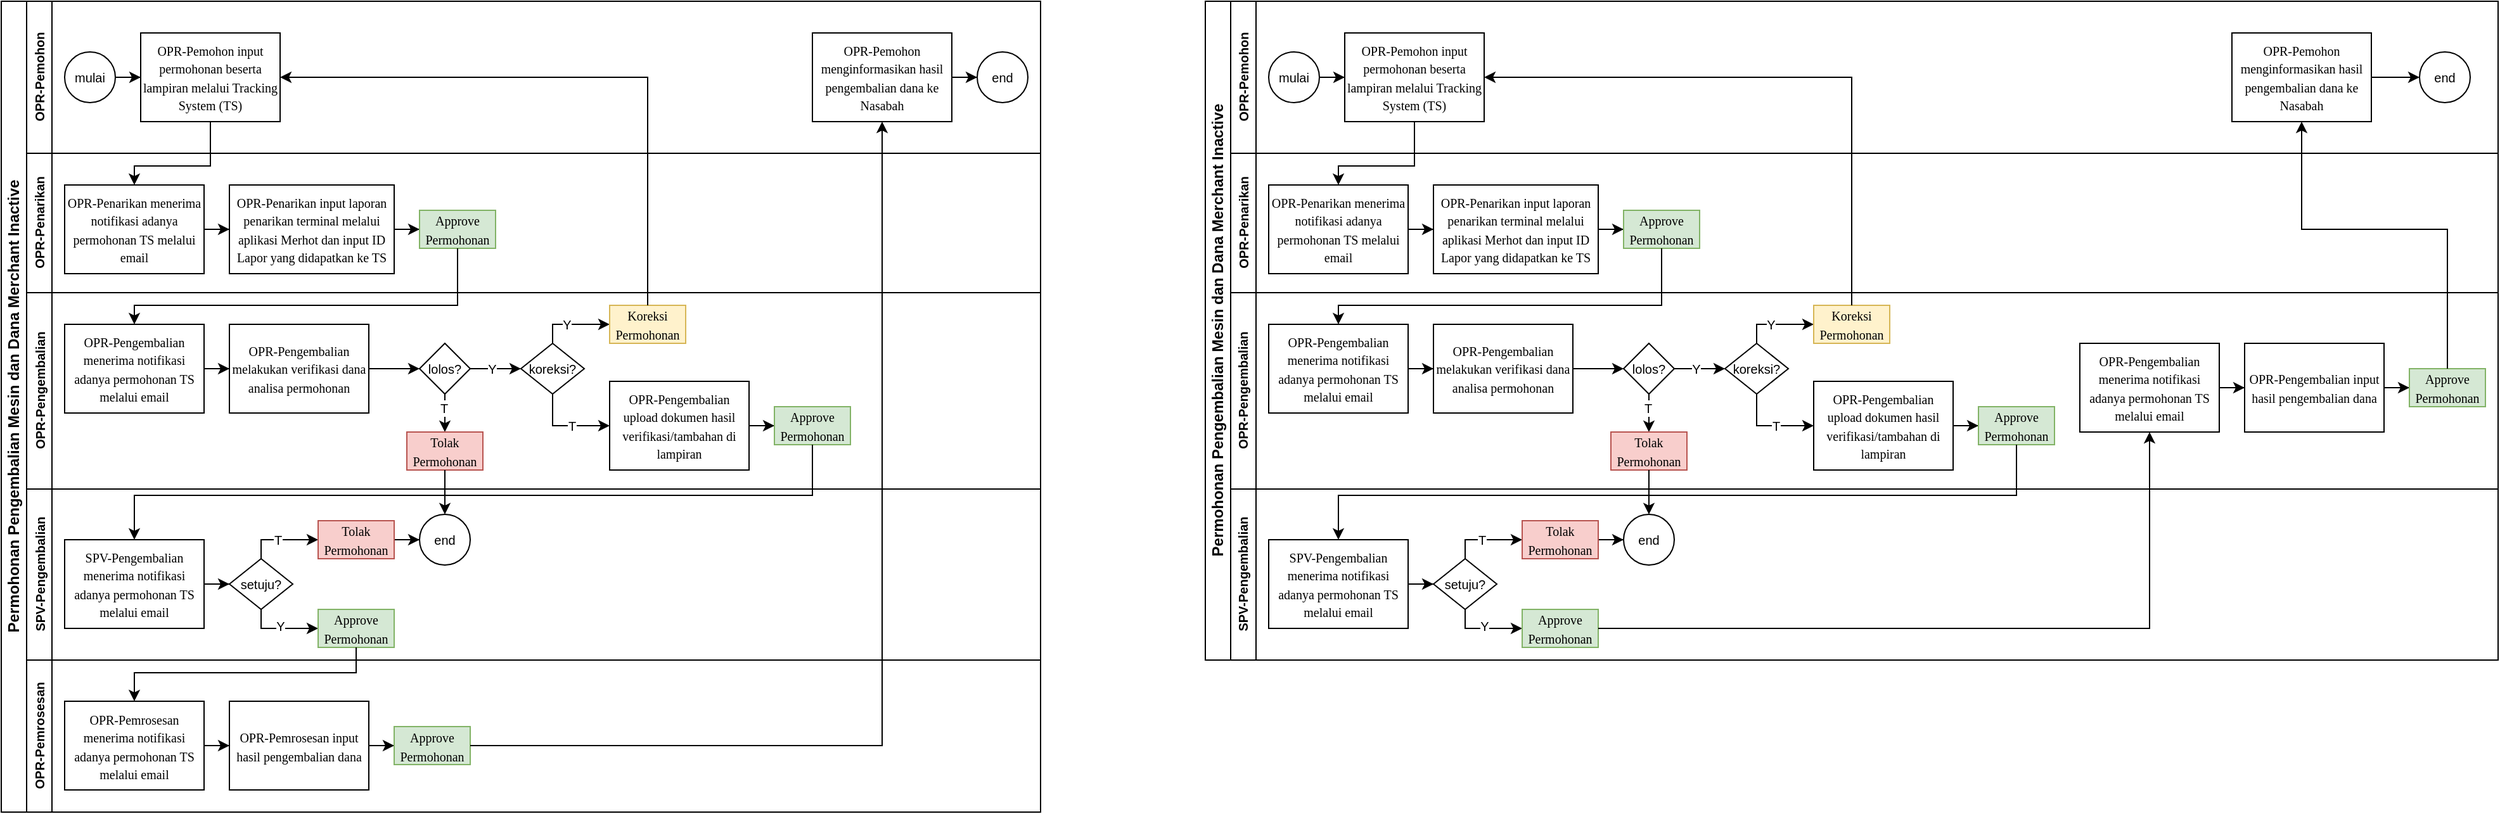
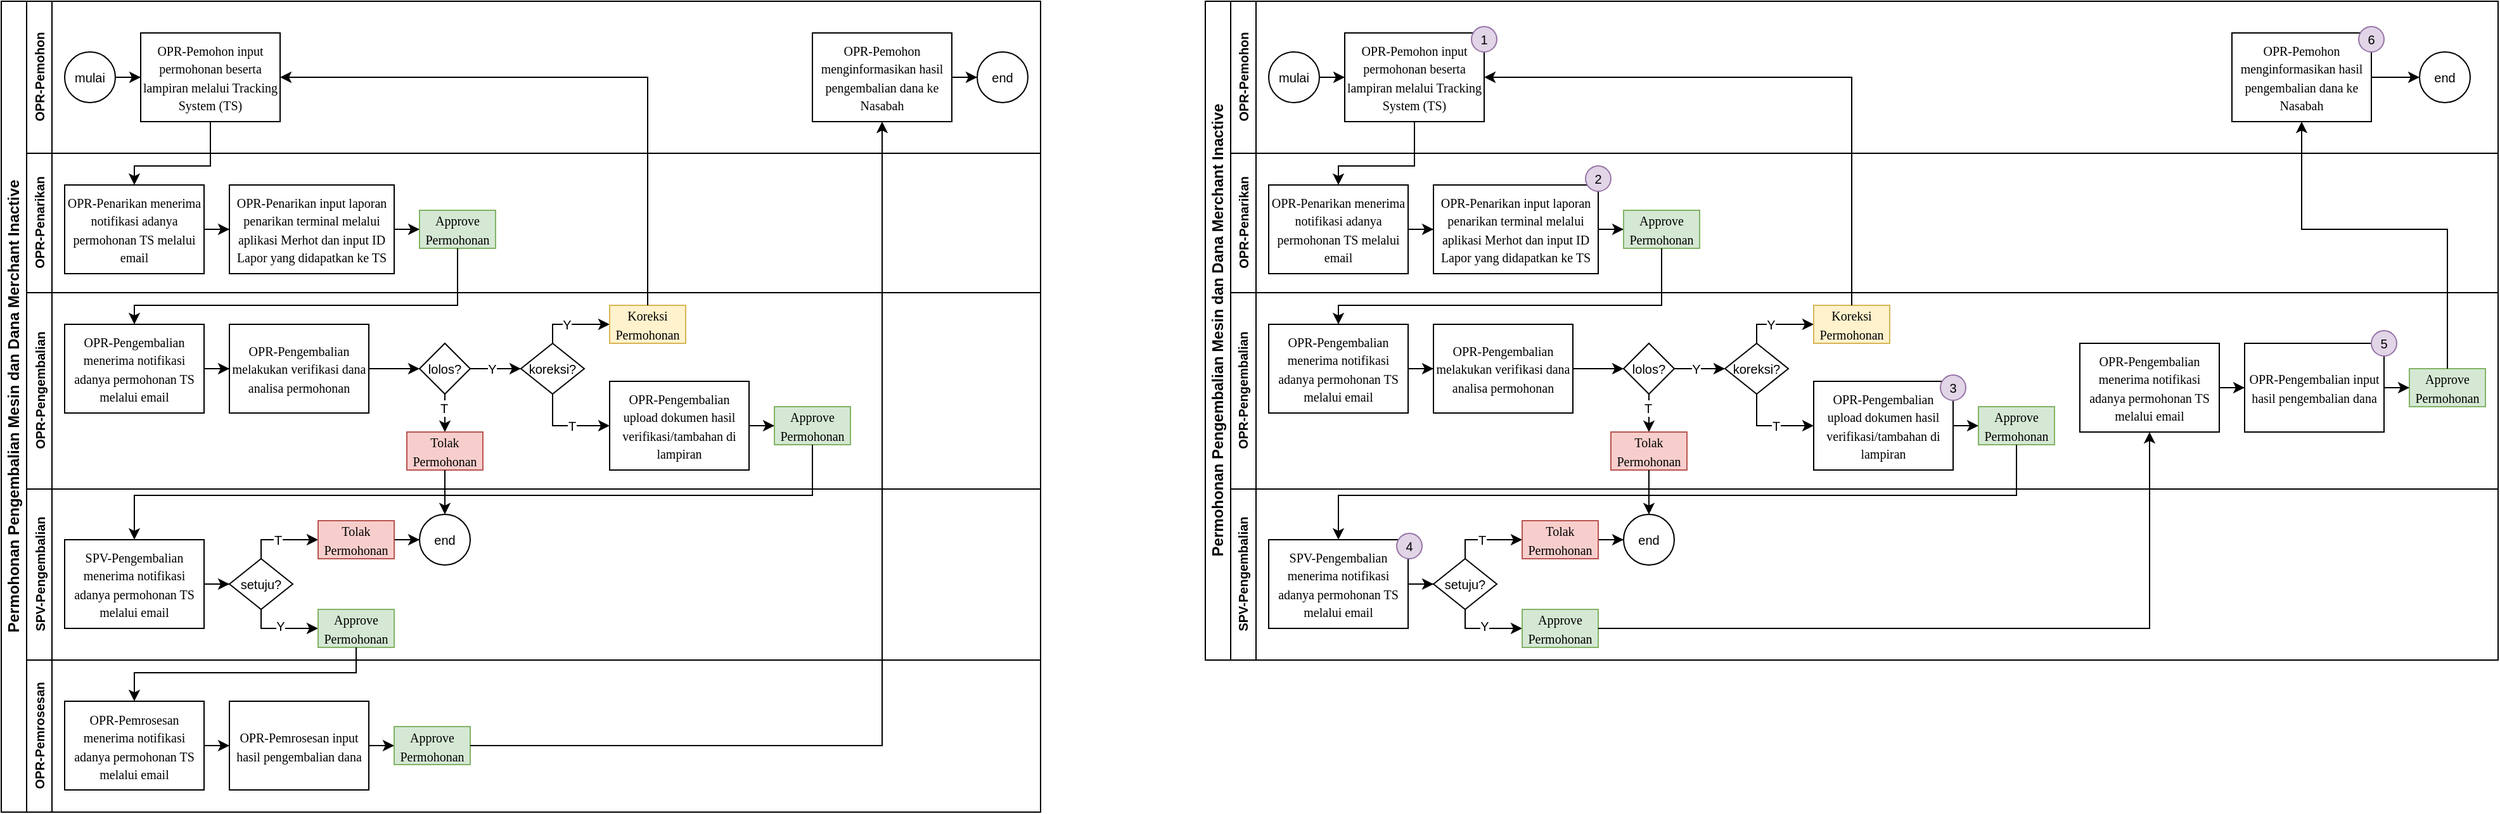
<mxfile host="app.diagrams.net" agent="Mozilla/5.0 (Windows NT 10.0; Win64; x64) AppleWebKit/537.36 (KHTML, like Gecko) Chrome/126.0.0.0 Safari/537.36">
  <diagram id="prtHgNgQTEPvFCAcTncT" name="Page-1">
-     <mxGraphModel dx="1290" dy="828" grid="1" gridSize="10" guides="1" tooltips="1" connect="1" arrows="1" fold="1" page="1" pageScale="1" pageWidth="827" pageHeight="1169" math="0" shadow="0">
+     <mxGraphModel dx="1032" dy="663" grid="1" gridSize="10" guides="1" tooltips="1" connect="1" arrows="1" fold="1" page="1" pageScale="1" pageWidth="827" pageHeight="1169" math="0" shadow="0">
      <root>
        <mxCell id="0" />
        <mxCell id="1" parent="0" />
        <mxCell id="dNxyNK7c78bLwvsdeMH5-19" parent="1" style="swimlane;html=1;childLayout=stackLayout;resizeParent=1;resizeParentMax=0;horizontal=0;startSize=20;horizontalStack=0;" value="Permohonan Pengembalian Mesin dan Dana Merchant Inactive" vertex="1">
          <mxGeometry height="640" width="820" x="120" y="120" as="geometry" />
        </mxCell>
        <mxCell id="dNxyNK7c78bLwvsdeMH5-20" parent="dNxyNK7c78bLwvsdeMH5-19" style="swimlane;html=1;startSize=20;horizontal=0;" value="&lt;font style=&quot;font-size: 10px;&quot;&gt;OPR-Pemohon&lt;/font&gt;" vertex="1">
          <mxGeometry height="120" width="800" x="20" as="geometry" />
        </mxCell>
        <mxCell id="dNxyNK7c78bLwvsdeMH5-25" edge="1" parent="dNxyNK7c78bLwvsdeMH5-20" source="dNxyNK7c78bLwvsdeMH5-23" style="edgeStyle=orthogonalEdgeStyle;rounded=0;orthogonalLoop=1;jettySize=auto;html=1;" target="dNxyNK7c78bLwvsdeMH5-24" value="">
          <mxGeometry relative="1" as="geometry" />
        </mxCell>
        <mxCell id="dNxyNK7c78bLwvsdeMH5-23" parent="dNxyNK7c78bLwvsdeMH5-20" style="ellipse;whiteSpace=wrap;html=1;" value="&lt;font style=&quot;font-size: 10px;&quot;&gt;mulai&lt;/font&gt;" vertex="1">
          <mxGeometry height="40" width="40" x="30" y="40" as="geometry" />
        </mxCell>
        <mxCell id="dNxyNK7c78bLwvsdeMH5-24" parent="dNxyNK7c78bLwvsdeMH5-20" style="rounded=0;whiteSpace=wrap;html=1;fontFamily=Helvetica;fontSize=12;fontColor=#000000;align=center;" value="&lt;p style=&quot;margin-top: 0pt; margin-bottom: 0pt; margin-left: 0in; text-indent: 0in;&quot;&gt;&lt;font face=&quot;Calibri&quot;&gt;&lt;span style=&quot;font-size: 10px;&quot;&gt;OPR-Pemohon input permohonan beserta lampiran melalui Tracking System (TS)&lt;/span&gt;&lt;/font&gt;&lt;/p&gt;" vertex="1">
          <mxGeometry height="70" width="110" x="90" y="25" as="geometry" />
        </mxCell>
        <mxCell id="cNa4_kytHo1qc1b3MSUK-22" parent="dNxyNK7c78bLwvsdeMH5-20" style="rounded=0;whiteSpace=wrap;html=1;fontFamily=Helvetica;fontSize=12;fontColor=#000000;align=center;" value="&lt;p style=&quot;margin-top: 0pt; margin-bottom: 0pt; margin-left: 0in; text-indent: 0in;&quot;&gt;&lt;font face=&quot;Calibri&quot;&gt;&lt;span style=&quot;font-size: 10px;&quot;&gt;OPR-Pemohon menginformasikan hasil pengembalian dana ke Nasabah&lt;/span&gt;&lt;/font&gt;&lt;/p&gt;" vertex="1">
          <mxGeometry height="70" width="110" x="620" y="25" as="geometry" />
        </mxCell>
        <mxCell id="NBJxpP88fzu-h1vcubgM-2" edge="1" parent="dNxyNK7c78bLwvsdeMH5-19" source="dNxyNK7c78bLwvsdeMH5-24" style="edgeStyle=orthogonalEdgeStyle;rounded=0;orthogonalLoop=1;jettySize=auto;html=1;" target="NBJxpP88fzu-h1vcubgM-1">
          <mxGeometry relative="1" as="geometry">
            <Array as="points">
              <mxPoint x="165" y="130" />
              <mxPoint x="105" y="130" />
            </Array>
          </mxGeometry>
        </mxCell>
        <mxCell id="dNxyNK7c78bLwvsdeMH5-21" parent="dNxyNK7c78bLwvsdeMH5-19" style="swimlane;html=1;startSize=20;horizontal=0;" value="&lt;font style=&quot;font-size: 10px;&quot;&gt;OPR-Penarikan&lt;/font&gt;" vertex="1">
          <mxGeometry height="110" width="800" x="20" y="120" as="geometry" />
        </mxCell>
        <mxCell id="NBJxpP88fzu-h1vcubgM-4" edge="1" parent="dNxyNK7c78bLwvsdeMH5-21" source="NBJxpP88fzu-h1vcubgM-1" style="edgeStyle=orthogonalEdgeStyle;rounded=0;orthogonalLoop=1;jettySize=auto;html=1;" target="NBJxpP88fzu-h1vcubgM-3">
          <mxGeometry relative="1" as="geometry" />
        </mxCell>
        <mxCell id="NBJxpP88fzu-h1vcubgM-1" parent="dNxyNK7c78bLwvsdeMH5-21" style="rounded=0;whiteSpace=wrap;html=1;fontFamily=Helvetica;fontSize=12;fontColor=#000000;align=center;" value="&lt;p style=&quot;margin-top: 0pt; margin-bottom: 0pt; margin-left: 0in; text-indent: 0in;&quot;&gt;&lt;font face=&quot;Calibri&quot;&gt;&lt;span style=&quot;font-size: 10px;&quot;&gt;OPR-Penarikan menerima notifikasi adanya permohonan TS melalui email&lt;/span&gt;&lt;/font&gt;&lt;/p&gt;" vertex="1">
          <mxGeometry height="70" width="110" x="30" y="25" as="geometry" />
        </mxCell>
        <mxCell id="NBJxpP88fzu-h1vcubgM-11" edge="1" parent="dNxyNK7c78bLwvsdeMH5-21" source="NBJxpP88fzu-h1vcubgM-3" style="edgeStyle=orthogonalEdgeStyle;rounded=0;orthogonalLoop=1;jettySize=auto;html=1;" target="NBJxpP88fzu-h1vcubgM-10">
          <mxGeometry relative="1" as="geometry" />
        </mxCell>
        <mxCell id="NBJxpP88fzu-h1vcubgM-3" parent="dNxyNK7c78bLwvsdeMH5-21" style="rounded=0;whiteSpace=wrap;html=1;fontFamily=Helvetica;fontSize=12;fontColor=#000000;align=center;" value="&lt;p style=&quot;margin-top: 0pt; margin-bottom: 0pt; margin-left: 0in; text-indent: 0in;&quot;&gt;&lt;font face=&quot;Calibri&quot;&gt;&lt;span style=&quot;font-size: 10px;&quot;&gt;OPR-Penarikan input laporan penarikan terminal melalui aplikasi Merhot dan input ID Lapor yang didapatkan ke TS&lt;/span&gt;&lt;/font&gt;&lt;/p&gt;" vertex="1">
          <mxGeometry height="70" width="130" x="160" y="25" as="geometry" />
        </mxCell>
        <mxCell id="NBJxpP88fzu-h1vcubgM-10" parent="dNxyNK7c78bLwvsdeMH5-21" style="rounded=0;whiteSpace=wrap;html=1;fontFamily=Helvetica;fontSize=12;align=center;fillColor=#d5e8d4;strokeColor=#82b366;" value="&lt;p style=&quot;margin-top: 0pt; margin-bottom: 0pt; margin-left: 0in; text-indent: 0in;&quot;&gt;&lt;font face=&quot;Calibri&quot;&gt;&lt;span style=&quot;font-size: 10px;&quot;&gt;Approve Permohonan&lt;/span&gt;&lt;/font&gt;&lt;/p&gt;" vertex="1">
          <mxGeometry height="30" width="60" x="310" y="45" as="geometry" />
        </mxCell>
        <mxCell id="NBJxpP88fzu-h1vcubgM-14" edge="1" parent="dNxyNK7c78bLwvsdeMH5-19" source="NBJxpP88fzu-h1vcubgM-10" style="edgeStyle=orthogonalEdgeStyle;rounded=0;orthogonalLoop=1;jettySize=auto;html=1;entryX=0.5;entryY=0;entryDx=0;entryDy=0;" target="NBJxpP88fzu-h1vcubgM-12">
          <mxGeometry relative="1" as="geometry">
            <Array as="points">
              <mxPoint x="360" y="240" />
              <mxPoint x="105" y="240" />
            </Array>
          </mxGeometry>
        </mxCell>
        <mxCell id="dNxyNK7c78bLwvsdeMH5-22" parent="dNxyNK7c78bLwvsdeMH5-19" style="swimlane;html=1;startSize=20;horizontal=0;" value="&lt;font style=&quot;font-size: 10px;&quot;&gt;OPR-Pengembalian&lt;/font&gt;" vertex="1">
          <mxGeometry height="155" width="800" x="20" y="230" as="geometry" />
        </mxCell>
        <mxCell id="NBJxpP88fzu-h1vcubgM-34" edge="1" parent="dNxyNK7c78bLwvsdeMH5-22" source="NBJxpP88fzu-h1vcubgM-12" style="edgeStyle=orthogonalEdgeStyle;rounded=0;orthogonalLoop=1;jettySize=auto;html=1;entryX=0;entryY=0.5;entryDx=0;entryDy=0;" target="NBJxpP88fzu-h1vcubgM-33">
          <mxGeometry relative="1" as="geometry" />
        </mxCell>
        <mxCell id="NBJxpP88fzu-h1vcubgM-12" parent="dNxyNK7c78bLwvsdeMH5-22" style="rounded=0;whiteSpace=wrap;html=1;fontFamily=Helvetica;fontSize=12;fontColor=#000000;align=center;" value="&lt;p style=&quot;margin-top: 0pt; margin-bottom: 0pt; margin-left: 0in; text-indent: 0in;&quot;&gt;&lt;font face=&quot;Calibri&quot;&gt;&lt;span style=&quot;font-size: 10px;&quot;&gt;OPR-Pengembalian menerima notifikasi adanya permohonan TS melalui email&lt;/span&gt;&lt;/font&gt;&lt;/p&gt;" vertex="1">
          <mxGeometry height="70" width="110" x="30" y="25" as="geometry" />
        </mxCell>
        <mxCell id="NBJxpP88fzu-h1vcubgM-35" edge="1" parent="dNxyNK7c78bLwvsdeMH5-22" source="NBJxpP88fzu-h1vcubgM-33" style="edgeStyle=orthogonalEdgeStyle;rounded=0;orthogonalLoop=1;jettySize=auto;html=1;entryX=0;entryY=0.5;entryDx=0;entryDy=0;" target="dNxyNK7c78bLwvsdeMH5-28">
          <mxGeometry relative="1" as="geometry" />
        </mxCell>
        <mxCell id="NBJxpP88fzu-h1vcubgM-33" parent="dNxyNK7c78bLwvsdeMH5-22" style="rounded=0;whiteSpace=wrap;html=1;fontFamily=Helvetica;fontSize=12;fontColor=#000000;align=center;" value="&lt;p style=&quot;margin-top: 0pt; margin-bottom: 0pt; margin-left: 0in; text-indent: 0in;&quot;&gt;&lt;font face=&quot;Calibri&quot;&gt;&lt;span style=&quot;font-size: 10px;&quot;&gt;OPR-Pengembalian melakukan verifikasi dana analisa permohonan&lt;/span&gt;&lt;/font&gt;&lt;/p&gt;" vertex="1">
          <mxGeometry height="70" width="110" x="160" y="25" as="geometry" />
        </mxCell>
        <mxCell id="NBJxpP88fzu-h1vcubgM-38" edge="1" parent="dNxyNK7c78bLwvsdeMH5-22" source="dNxyNK7c78bLwvsdeMH5-28" style="edgeStyle=orthogonalEdgeStyle;rounded=0;orthogonalLoop=1;jettySize=auto;html=1;entryX=0;entryY=0.5;entryDx=0;entryDy=0;" target="NBJxpP88fzu-h1vcubgM-48">
          <mxGeometry relative="1" as="geometry" />
        </mxCell>
        <mxCell id="NBJxpP88fzu-h1vcubgM-49" connectable="0" parent="NBJxpP88fzu-h1vcubgM-38" style="edgeLabel;html=1;align=center;verticalAlign=middle;resizable=0;points=[];" value="&lt;font style=&quot;font-size: 10px;&quot;&gt;Y&lt;/font&gt;" vertex="1">
          <mxGeometry relative="1" x="-0.1633" as="geometry">
            <mxPoint as="offset" />
          </mxGeometry>
        </mxCell>
        <mxCell id="NBJxpP88fzu-h1vcubgM-50" edge="1" parent="dNxyNK7c78bLwvsdeMH5-22" source="dNxyNK7c78bLwvsdeMH5-28" style="edgeStyle=orthogonalEdgeStyle;rounded=0;orthogonalLoop=1;jettySize=auto;html=1;entryX=0.5;entryY=0;entryDx=0;entryDy=0;" target="NBJxpP88fzu-h1vcubgM-37">
          <mxGeometry relative="1" as="geometry" />
        </mxCell>
        <mxCell id="NBJxpP88fzu-h1vcubgM-54" connectable="0" parent="NBJxpP88fzu-h1vcubgM-50" style="edgeLabel;html=1;align=center;verticalAlign=middle;resizable=0;points=[];" value="&lt;font style=&quot;font-size: 10px;&quot;&gt;T&lt;/font&gt;" vertex="1">
          <mxGeometry relative="1" x="0.2388" y="-1" as="geometry">
            <mxPoint as="offset" />
          </mxGeometry>
        </mxCell>
        <mxCell id="dNxyNK7c78bLwvsdeMH5-28" parent="dNxyNK7c78bLwvsdeMH5-22" style="rhombus;whiteSpace=wrap;html=1;fontFamily=Helvetica;fontSize=12;fontColor=#000000;align=center;" value="&lt;font style=&quot;font-size: 10px;&quot;&gt;lolos?&lt;/font&gt;" vertex="1">
          <mxGeometry height="40" width="40" x="310" y="40" as="geometry" />
        </mxCell>
        <mxCell id="NBJxpP88fzu-h1vcubgM-37" parent="dNxyNK7c78bLwvsdeMH5-22" style="rounded=0;whiteSpace=wrap;html=1;fontFamily=Helvetica;fontSize=12;align=center;fillColor=#f8cecc;strokeColor=#b85450;" value="&lt;p style=&quot;margin-top: 0pt; margin-bottom: 0pt; margin-left: 0in; text-indent: 0in;&quot;&gt;&lt;font face=&quot;Calibri&quot;&gt;&lt;span style=&quot;font-size: 10px;&quot;&gt;Tolak Permohonan&lt;/span&gt;&lt;/font&gt;&lt;/p&gt;" vertex="1">
          <mxGeometry height="30" width="60" x="300" y="110" as="geometry" />
        </mxCell>
        <mxCell id="NBJxpP88fzu-h1vcubgM-55" edge="1" parent="dNxyNK7c78bLwvsdeMH5-22" source="NBJxpP88fzu-h1vcubgM-48" style="edgeStyle=orthogonalEdgeStyle;rounded=0;orthogonalLoop=1;jettySize=auto;html=1;entryX=0;entryY=0.5;entryDx=0;entryDy=0;exitX=0.5;exitY=0;exitDx=0;exitDy=0;" target="NBJxpP88fzu-h1vcubgM-46">
          <mxGeometry relative="1" as="geometry">
            <Array as="points">
              <mxPoint x="415" y="25" />
            </Array>
          </mxGeometry>
        </mxCell>
        <mxCell id="NBJxpP88fzu-h1vcubgM-56" connectable="0" parent="NBJxpP88fzu-h1vcubgM-55" style="edgeLabel;html=1;align=center;verticalAlign=middle;resizable=0;points=[];" value="&lt;font style=&quot;font-size: 10px;&quot;&gt;Y&lt;/font&gt;" vertex="1">
          <mxGeometry relative="1" x="-0.1288" y="-2" as="geometry">
            <mxPoint y="-2" as="offset" />
          </mxGeometry>
        </mxCell>
        <mxCell id="NBJxpP88fzu-h1vcubgM-59" edge="1" parent="dNxyNK7c78bLwvsdeMH5-22" source="NBJxpP88fzu-h1vcubgM-48" style="edgeStyle=orthogonalEdgeStyle;rounded=0;orthogonalLoop=1;jettySize=auto;html=1;entryX=0;entryY=0.5;entryDx=0;entryDy=0;exitX=0.5;exitY=1;exitDx=0;exitDy=0;" target="NBJxpP88fzu-h1vcubgM-61">
          <mxGeometry relative="1" as="geometry" />
        </mxCell>
        <mxCell id="NBJxpP88fzu-h1vcubgM-60" connectable="0" parent="NBJxpP88fzu-h1vcubgM-59" style="edgeLabel;html=1;align=center;verticalAlign=middle;resizable=0;points=[];" value="&lt;font style=&quot;font-size: 10px;&quot;&gt;T&lt;/font&gt;" vertex="1">
          <mxGeometry relative="1" x="-0.7527" y="-2" as="geometry">
            <mxPoint x="17" y="16" as="offset" />
          </mxGeometry>
        </mxCell>
        <mxCell id="NBJxpP88fzu-h1vcubgM-48" parent="dNxyNK7c78bLwvsdeMH5-22" style="rhombus;whiteSpace=wrap;html=1;fontFamily=Helvetica;fontSize=12;fontColor=#000000;align=center;" value="&lt;font style=&quot;font-size: 10px;&quot;&gt;koreksi?&lt;/font&gt;" vertex="1">
          <mxGeometry height="40" width="50" x="390" y="40" as="geometry" />
        </mxCell>
        <mxCell id="NBJxpP88fzu-h1vcubgM-46" parent="dNxyNK7c78bLwvsdeMH5-22" style="rounded=0;whiteSpace=wrap;html=1;fontFamily=Helvetica;fontSize=12;align=center;fillColor=#fff2cc;strokeColor=#d6b656;" value="&lt;p style=&quot;margin-top: 0pt; margin-bottom: 0pt; margin-left: 0in; text-indent: 0in;&quot;&gt;&lt;font face=&quot;Calibri&quot;&gt;&lt;span style=&quot;font-size: 10px;&quot;&gt;Koreksi Permohonan&lt;/span&gt;&lt;/font&gt;&lt;/p&gt;" vertex="1">
          <mxGeometry height="30" width="60" x="460" y="10" as="geometry" />
        </mxCell>
        <mxCell id="NBJxpP88fzu-h1vcubgM-62" edge="1" parent="dNxyNK7c78bLwvsdeMH5-22" source="NBJxpP88fzu-h1vcubgM-61" style="edgeStyle=orthogonalEdgeStyle;rounded=0;orthogonalLoop=1;jettySize=auto;html=1;entryX=0;entryY=0.5;entryDx=0;entryDy=0;" target="NBJxpP88fzu-h1vcubgM-58">
          <mxGeometry relative="1" as="geometry" />
        </mxCell>
        <mxCell id="NBJxpP88fzu-h1vcubgM-61" parent="dNxyNK7c78bLwvsdeMH5-22" style="rounded=0;whiteSpace=wrap;html=1;fontFamily=Helvetica;fontSize=12;fontColor=#000000;align=center;" value="&lt;p style=&quot;margin-top: 0pt; margin-bottom: 0pt; margin-left: 0in; text-indent: 0in;&quot;&gt;&lt;font face=&quot;Calibri&quot;&gt;&lt;span style=&quot;font-size: 10px;&quot;&gt;OPR-Pengembalian upload dokumen hasil verifikasi/tambahan di lampiran&lt;/span&gt;&lt;/font&gt;&lt;/p&gt;" vertex="1">
          <mxGeometry height="70" width="110" x="460" y="70" as="geometry" />
        </mxCell>
        <mxCell id="NBJxpP88fzu-h1vcubgM-58" parent="dNxyNK7c78bLwvsdeMH5-22" style="rounded=0;whiteSpace=wrap;html=1;fontFamily=Helvetica;fontSize=12;align=center;fillColor=#d5e8d4;strokeColor=#82b366;" value="&lt;p style=&quot;margin-top: 0pt; margin-bottom: 0pt; margin-left: 0in; text-indent: 0in;&quot;&gt;&lt;font face=&quot;Calibri&quot;&gt;&lt;span style=&quot;font-size: 10px;&quot;&gt;Approve Permohonan&lt;/span&gt;&lt;/font&gt;&lt;/p&gt;" vertex="1">
          <mxGeometry height="30" width="60" x="590" y="90" as="geometry" />
        </mxCell>
        <mxCell id="NBJxpP88fzu-h1vcubgM-57" edge="1" parent="dNxyNK7c78bLwvsdeMH5-19" source="NBJxpP88fzu-h1vcubgM-46" style="edgeStyle=orthogonalEdgeStyle;rounded=0;orthogonalLoop=1;jettySize=auto;html=1;entryX=1;entryY=0.5;entryDx=0;entryDy=0;exitX=0.5;exitY=0;exitDx=0;exitDy=0;" target="dNxyNK7c78bLwvsdeMH5-24">
          <mxGeometry relative="1" as="geometry">
            <Array as="points">
              <mxPoint x="510" y="60" />
            </Array>
          </mxGeometry>
        </mxCell>
        <mxCell id="NBJxpP88fzu-h1vcubgM-64" edge="1" parent="dNxyNK7c78bLwvsdeMH5-19" source="NBJxpP88fzu-h1vcubgM-58" style="edgeStyle=orthogonalEdgeStyle;rounded=0;orthogonalLoop=1;jettySize=auto;html=1;exitX=0.5;exitY=1;exitDx=0;exitDy=0;" target="NBJxpP88fzu-h1vcubgM-63">
          <mxGeometry relative="1" as="geometry">
            <Array as="points">
              <mxPoint x="640" y="390" />
              <mxPoint x="105" y="390" />
            </Array>
          </mxGeometry>
        </mxCell>
        <mxCell id="cNa4_kytHo1qc1b3MSUK-1" edge="1" parent="dNxyNK7c78bLwvsdeMH5-19" source="NBJxpP88fzu-h1vcubgM-37" style="edgeStyle=orthogonalEdgeStyle;rounded=0;orthogonalLoop=1;jettySize=auto;html=1;" target="dNxyNK7c78bLwvsdeMH5-32">
          <mxGeometry relative="1" as="geometry">
            <mxPoint x="350" y="390" as="targetPoint" />
          </mxGeometry>
        </mxCell>
        <mxCell id="NBJxpP88fzu-h1vcubgM-39" parent="dNxyNK7c78bLwvsdeMH5-19" style="swimlane;html=1;startSize=20;horizontal=0;" value="&lt;font style=&quot;font-size: 10px;&quot;&gt;SPV-Pengembalian&lt;/font&gt;" vertex="1">
          <mxGeometry height="135" width="800" x="20" y="385" as="geometry" />
        </mxCell>
        <mxCell id="NBJxpP88fzu-h1vcubgM-68" edge="1" parent="NBJxpP88fzu-h1vcubgM-39" source="NBJxpP88fzu-h1vcubgM-63" style="edgeStyle=orthogonalEdgeStyle;rounded=0;orthogonalLoop=1;jettySize=auto;html=1;entryX=0;entryY=0.5;entryDx=0;entryDy=0;" target="NBJxpP88fzu-h1vcubgM-66">
          <mxGeometry relative="1" as="geometry" />
        </mxCell>
        <mxCell id="NBJxpP88fzu-h1vcubgM-63" parent="NBJxpP88fzu-h1vcubgM-39" style="rounded=0;whiteSpace=wrap;html=1;fontFamily=Helvetica;fontSize=12;fontColor=#000000;align=center;" value="&lt;p style=&quot;margin-top: 0pt; margin-bottom: 0pt; margin-left: 0in; text-indent: 0in;&quot;&gt;&lt;font face=&quot;Calibri&quot;&gt;&lt;span style=&quot;font-size: 10px;&quot;&gt;SPV-Pengembalian menerima notifikasi adanya permohonan TS melalui email&lt;/span&gt;&lt;/font&gt;&lt;/p&gt;" vertex="1">
          <mxGeometry height="70" width="110" x="30" y="40" as="geometry" />
        </mxCell>
        <mxCell id="NBJxpP88fzu-h1vcubgM-70" edge="1" parent="NBJxpP88fzu-h1vcubgM-39" source="NBJxpP88fzu-h1vcubgM-66" style="edgeStyle=orthogonalEdgeStyle;rounded=0;orthogonalLoop=1;jettySize=auto;html=1;entryX=0;entryY=0.5;entryDx=0;entryDy=0;exitX=0.5;exitY=0;exitDx=0;exitDy=0;" target="NBJxpP88fzu-h1vcubgM-69">
          <mxGeometry relative="1" as="geometry">
            <Array as="points">
              <mxPoint x="185" y="40" />
            </Array>
          </mxGeometry>
        </mxCell>
        <mxCell id="NBJxpP88fzu-h1vcubgM-74" connectable="0" parent="NBJxpP88fzu-h1vcubgM-70" style="edgeLabel;html=1;align=center;verticalAlign=middle;resizable=0;points=[];" value="&lt;span style=&quot;font-size: 10px;&quot;&gt;T&lt;/span&gt;" vertex="1">
          <mxGeometry relative="1" x="-0.0868" as="geometry">
            <mxPoint as="offset" />
          </mxGeometry>
        </mxCell>
        <mxCell id="NBJxpP88fzu-h1vcubgM-75" edge="1" parent="NBJxpP88fzu-h1vcubgM-39" source="NBJxpP88fzu-h1vcubgM-66" style="edgeStyle=orthogonalEdgeStyle;rounded=0;orthogonalLoop=1;jettySize=auto;html=1;entryX=0;entryY=0.5;entryDx=0;entryDy=0;" target="NBJxpP88fzu-h1vcubgM-71">
          <mxGeometry relative="1" as="geometry">
            <Array as="points">
              <mxPoint x="185" y="95" />
            </Array>
          </mxGeometry>
        </mxCell>
        <mxCell id="cNa4_kytHo1qc1b3MSUK-2" connectable="0" parent="NBJxpP88fzu-h1vcubgM-75" style="edgeLabel;html=1;align=center;verticalAlign=middle;resizable=0;points=[];" value="&lt;font style=&quot;font-size: 10px;&quot;&gt;Y&lt;/font&gt;" vertex="1">
          <mxGeometry relative="1" x="-0.0123" y="2" as="geometry">
            <mxPoint as="offset" />
          </mxGeometry>
        </mxCell>
        <mxCell id="NBJxpP88fzu-h1vcubgM-66" parent="NBJxpP88fzu-h1vcubgM-39" style="rhombus;whiteSpace=wrap;html=1;fontFamily=Helvetica;fontSize=12;fontColor=#000000;align=center;" value="&lt;font style=&quot;font-size: 10px;&quot;&gt;setuju?&lt;/font&gt;" vertex="1">
          <mxGeometry height="40" width="50" x="160" y="55" as="geometry" />
        </mxCell>
        <mxCell id="NBJxpP88fzu-h1vcubgM-72" edge="1" parent="NBJxpP88fzu-h1vcubgM-39" source="NBJxpP88fzu-h1vcubgM-69" style="edgeStyle=orthogonalEdgeStyle;rounded=0;orthogonalLoop=1;jettySize=auto;html=1;entryX=0;entryY=0.5;entryDx=0;entryDy=0;" target="dNxyNK7c78bLwvsdeMH5-32">
          <mxGeometry relative="1" as="geometry" />
        </mxCell>
        <mxCell id="NBJxpP88fzu-h1vcubgM-69" parent="NBJxpP88fzu-h1vcubgM-39" style="rounded=0;whiteSpace=wrap;html=1;fontFamily=Helvetica;fontSize=12;align=center;fillColor=#f8cecc;strokeColor=#b85450;" value="&lt;p style=&quot;margin-top: 0pt; margin-bottom: 0pt; margin-left: 0in; text-indent: 0in;&quot;&gt;&lt;font face=&quot;Calibri&quot;&gt;&lt;span style=&quot;font-size: 10px;&quot;&gt;Tolak Permohonan&lt;/span&gt;&lt;/font&gt;&lt;/p&gt;" vertex="1">
          <mxGeometry height="30" width="60" x="230" y="25" as="geometry" />
        </mxCell>
        <mxCell id="NBJxpP88fzu-h1vcubgM-71" parent="NBJxpP88fzu-h1vcubgM-39" style="rounded=0;whiteSpace=wrap;html=1;fontFamily=Helvetica;fontSize=12;align=center;fillColor=#d5e8d4;strokeColor=#82b366;" value="&lt;p style=&quot;margin-top: 0pt; margin-bottom: 0pt; margin-left: 0in; text-indent: 0in;&quot;&gt;&lt;font face=&quot;Calibri&quot;&gt;&lt;span style=&quot;font-size: 10px;&quot;&gt;Approve Permohonan&lt;/span&gt;&lt;/font&gt;&lt;/p&gt;" vertex="1">
          <mxGeometry height="30" width="60" x="230" y="95" as="geometry" />
        </mxCell>
        <mxCell id="dNxyNK7c78bLwvsdeMH5-32" parent="NBJxpP88fzu-h1vcubgM-39" style="ellipse;whiteSpace=wrap;html=1;" value="&lt;font style=&quot;font-size: 10px;&quot;&gt;end&lt;/font&gt;" vertex="1">
          <mxGeometry height="40" width="40" x="310" y="20" as="geometry" />
        </mxCell>
        <mxCell id="cNa4_kytHo1qc1b3MSUK-3" parent="dNxyNK7c78bLwvsdeMH5-19" style="swimlane;html=1;startSize=20;horizontal=0;" value="&lt;font style=&quot;font-size: 10px;&quot;&gt;OPR-Pemrosesan&lt;/font&gt;" vertex="1">
          <mxGeometry height="120" width="800" x="20" y="520" as="geometry" />
        </mxCell>
        <mxCell id="cNa4_kytHo1qc1b3MSUK-18" edge="1" parent="cNa4_kytHo1qc1b3MSUK-3" source="cNa4_kytHo1qc1b3MSUK-15" style="edgeStyle=orthogonalEdgeStyle;rounded=0;orthogonalLoop=1;jettySize=auto;html=1;entryX=0;entryY=0.5;entryDx=0;entryDy=0;" target="cNa4_kytHo1qc1b3MSUK-17">
          <mxGeometry relative="1" as="geometry" />
        </mxCell>
        <mxCell id="cNa4_kytHo1qc1b3MSUK-15" parent="cNa4_kytHo1qc1b3MSUK-3" style="rounded=0;whiteSpace=wrap;html=1;fontFamily=Helvetica;fontSize=12;fontColor=#000000;align=center;" value="&lt;p style=&quot;margin-top: 0pt; margin-bottom: 0pt; margin-left: 0in; text-indent: 0in;&quot;&gt;&lt;font face=&quot;Calibri&quot;&gt;&lt;span style=&quot;font-size: 10px;&quot;&gt;OPR-Pemrosesan menerima notifikasi adanya permohonan TS melalui email&lt;/span&gt;&lt;/font&gt;&lt;/p&gt;" vertex="1">
          <mxGeometry height="70" width="110" x="30" y="32.5" as="geometry" />
        </mxCell>
        <mxCell id="cNa4_kytHo1qc1b3MSUK-20" edge="1" parent="cNa4_kytHo1qc1b3MSUK-3" source="cNa4_kytHo1qc1b3MSUK-17" style="edgeStyle=orthogonalEdgeStyle;rounded=0;orthogonalLoop=1;jettySize=auto;html=1;entryX=0;entryY=0.5;entryDx=0;entryDy=0;" target="cNa4_kytHo1qc1b3MSUK-21">
          <mxGeometry relative="1" as="geometry">
            <mxPoint x="290" y="67.51999999999998" as="targetPoint" />
          </mxGeometry>
        </mxCell>
        <mxCell id="cNa4_kytHo1qc1b3MSUK-17" parent="cNa4_kytHo1qc1b3MSUK-3" style="rounded=0;whiteSpace=wrap;html=1;fontFamily=Helvetica;fontSize=12;fontColor=#000000;align=center;" value="&lt;p style=&quot;margin-top: 0pt; margin-bottom: 0pt; margin-left: 0in; text-indent: 0in;&quot;&gt;&lt;font face=&quot;Calibri&quot;&gt;&lt;span style=&quot;font-size: 10px;&quot;&gt;OPR-Pemrosesan input hasil pengembalian dana&lt;/span&gt;&lt;/font&gt;&lt;/p&gt;" vertex="1">
          <mxGeometry height="70" width="110" x="160" y="32.5" as="geometry" />
        </mxCell>
        <mxCell id="cNa4_kytHo1qc1b3MSUK-21" parent="cNa4_kytHo1qc1b3MSUK-3" style="rounded=0;whiteSpace=wrap;html=1;fontFamily=Helvetica;fontSize=12;align=center;fillColor=#d5e8d4;strokeColor=#82b366;" value="&lt;p style=&quot;margin-top: 0pt; margin-bottom: 0pt; margin-left: 0in; text-indent: 0in;&quot;&gt;&lt;font face=&quot;Calibri&quot;&gt;&lt;span style=&quot;font-size: 10px;&quot;&gt;Approve Permohonan&lt;/span&gt;&lt;/font&gt;&lt;/p&gt;" vertex="1">
          <mxGeometry height="30" width="60" x="290" y="52.5" as="geometry" />
        </mxCell>
        <mxCell id="cNa4_kytHo1qc1b3MSUK-16" edge="1" parent="dNxyNK7c78bLwvsdeMH5-19" source="NBJxpP88fzu-h1vcubgM-71" style="edgeStyle=orthogonalEdgeStyle;rounded=0;orthogonalLoop=1;jettySize=auto;html=1;entryX=0.5;entryY=0;entryDx=0;entryDy=0;" target="cNa4_kytHo1qc1b3MSUK-15">
          <mxGeometry relative="1" as="geometry">
            <Array as="points">
              <mxPoint x="280" y="530" />
              <mxPoint x="105" y="530" />
            </Array>
          </mxGeometry>
        </mxCell>
        <mxCell id="cNa4_kytHo1qc1b3MSUK-23" edge="1" parent="dNxyNK7c78bLwvsdeMH5-19" source="cNa4_kytHo1qc1b3MSUK-21" style="edgeStyle=orthogonalEdgeStyle;rounded=0;orthogonalLoop=1;jettySize=auto;html=1;entryX=0.5;entryY=1;entryDx=0;entryDy=0;" target="cNa4_kytHo1qc1b3MSUK-22">
          <mxGeometry relative="1" as="geometry" />
        </mxCell>
        <mxCell id="cNa4_kytHo1qc1b3MSUK-25" parent="1" style="ellipse;whiteSpace=wrap;html=1;" value="&lt;font style=&quot;font-size: 10px;&quot;&gt;end&lt;/font&gt;" vertex="1">
          <mxGeometry height="40" width="40" x="890" y="160" as="geometry" />
        </mxCell>
        <mxCell id="cNa4_kytHo1qc1b3MSUK-26" edge="1" parent="1" source="cNa4_kytHo1qc1b3MSUK-22" style="edgeStyle=orthogonalEdgeStyle;rounded=0;orthogonalLoop=1;jettySize=auto;html=1;entryX=0;entryY=0.5;entryDx=0;entryDy=0;" target="cNa4_kytHo1qc1b3MSUK-25">
          <mxGeometry relative="1" as="geometry" />
        </mxCell>
        <mxCell id="tbFuSqODk6d5mtpi566g-1" parent="1" style="swimlane;html=1;childLayout=stackLayout;resizeParent=1;resizeParentMax=0;horizontal=0;startSize=20;horizontalStack=0;" value="Permohonan Pengembalian Mesin dan Dana Merchant Inactive" vertex="1">
          <mxGeometry height="520" width="1020" x="1070" y="120" as="geometry" />
        </mxCell>
        <mxCell id="tbFuSqODk6d5mtpi566g-2" parent="tbFuSqODk6d5mtpi566g-1" style="swimlane;html=1;startSize=20;horizontal=0;" value="&lt;font style=&quot;font-size: 10px;&quot;&gt;OPR-Pemohon&lt;/font&gt;" vertex="1">
          <mxGeometry height="120" width="1000" x="20" as="geometry" />
        </mxCell>
        <mxCell id="tbFuSqODk6d5mtpi566g-3" edge="1" parent="tbFuSqODk6d5mtpi566g-2" source="tbFuSqODk6d5mtpi566g-4" style="edgeStyle=orthogonalEdgeStyle;rounded=0;orthogonalLoop=1;jettySize=auto;html=1;" target="tbFuSqODk6d5mtpi566g-5" value="">
          <mxGeometry relative="1" as="geometry" />
        </mxCell>
        <mxCell id="tbFuSqODk6d5mtpi566g-4" parent="tbFuSqODk6d5mtpi566g-2" style="ellipse;whiteSpace=wrap;html=1;" value="&lt;font style=&quot;font-size: 10px;&quot;&gt;mulai&lt;/font&gt;" vertex="1">
          <mxGeometry height="40" width="40" x="30" y="40" as="geometry" />
        </mxCell>
        <mxCell id="tbFuSqODk6d5mtpi566g-5" parent="tbFuSqODk6d5mtpi566g-2" style="rounded=0;whiteSpace=wrap;html=1;fontFamily=Helvetica;fontSize=12;fontColor=#000000;align=center;" value="&lt;p style=&quot;margin-top: 0pt; margin-bottom: 0pt; margin-left: 0in; text-indent: 0in;&quot;&gt;&lt;font face=&quot;Calibri&quot;&gt;&lt;span style=&quot;font-size: 10px;&quot;&gt;OPR-Pemohon input permohonan beserta lampiran melalui Tracking System (TS)&lt;/span&gt;&lt;/font&gt;&lt;/p&gt;" vertex="1">
          <mxGeometry height="70" width="110" x="90" y="25" as="geometry" />
        </mxCell>
        <mxCell id="tbFuSqODk6d5mtpi566g-6" parent="tbFuSqODk6d5mtpi566g-2" style="rounded=0;whiteSpace=wrap;html=1;fontFamily=Helvetica;fontSize=12;fontColor=#000000;align=center;" value="&lt;p style=&quot;margin-top: 0pt; margin-bottom: 0pt; margin-left: 0in; text-indent: 0in;&quot;&gt;&lt;font face=&quot;Calibri&quot;&gt;&lt;span style=&quot;font-size: 10px;&quot;&gt;OPR-Pemohon menginformasikan hasil pengembalian dana ke Nasabah&lt;/span&gt;&lt;/font&gt;&lt;/p&gt;" vertex="1">
          <mxGeometry height="70" width="110" x="790" y="25" as="geometry" />
        </mxCell>
        <mxCell id="tbFuSqODk6d5mtpi566g-58" parent="tbFuSqODk6d5mtpi566g-2" style="ellipse;whiteSpace=wrap;html=1;" value="&lt;font style=&quot;font-size: 10px;&quot;&gt;end&lt;/font&gt;" vertex="1">
          <mxGeometry height="40" width="40" x="938" y="40" as="geometry" />
        </mxCell>
        <mxCell id="tbFuSqODk6d5mtpi566g-59" edge="1" parent="tbFuSqODk6d5mtpi566g-2" source="tbFuSqODk6d5mtpi566g-6" style="edgeStyle=orthogonalEdgeStyle;rounded=0;orthogonalLoop=1;jettySize=auto;html=1;entryX=0;entryY=0.5;entryDx=0;entryDy=0;" target="tbFuSqODk6d5mtpi566g-58">
          <mxGeometry relative="1" as="geometry" />
        </mxCell>
+         <mxCell id="wG6xaKP4AUjNfOoFrk_B-1" parent="tbFuSqODk6d5mtpi566g-2" style="ellipse;whiteSpace=wrap;html=1;aspect=fixed;fillColor=#e1d5e7;strokeColor=#9673a6;" value="&lt;font style=&quot;font-size: 10px;&quot;&gt;1&lt;/font&gt;" vertex="1">
+           <mxGeometry height="20" width="20" x="190" y="20" as="geometry" />
+         </mxCell>
+         <mxCell id="wG6xaKP4AUjNfOoFrk_B-144" parent="tbFuSqODk6d5mtpi566g-2" style="ellipse;whiteSpace=wrap;html=1;aspect=fixed;fillColor=#e1d5e7;strokeColor=#9673a6;" value="&lt;font style=&quot;font-size: 10px;&quot;&gt;6&lt;/font&gt;" vertex="1">
+           <mxGeometry height="20" width="20" x="890" y="20" as="geometry" />
+         </mxCell>
        <mxCell id="tbFuSqODk6d5mtpi566g-7" edge="1" parent="tbFuSqODk6d5mtpi566g-1" source="tbFuSqODk6d5mtpi566g-5" style="edgeStyle=orthogonalEdgeStyle;rounded=0;orthogonalLoop=1;jettySize=auto;html=1;" target="tbFuSqODk6d5mtpi566g-10">
          <mxGeometry relative="1" as="geometry">
            <Array as="points">
              <mxPoint x="165" y="130" />
              <mxPoint x="105" y="130" />
            </Array>
          </mxGeometry>
        </mxCell>
        <mxCell id="tbFuSqODk6d5mtpi566g-8" parent="tbFuSqODk6d5mtpi566g-1" style="swimlane;html=1;startSize=20;horizontal=0;" value="&lt;font style=&quot;font-size: 10px;&quot;&gt;OPR-Penarikan&lt;/font&gt;" vertex="1">
          <mxGeometry height="110" width="1000" x="20" y="120" as="geometry" />
        </mxCell>
        <mxCell id="tbFuSqODk6d5mtpi566g-9" edge="1" parent="tbFuSqODk6d5mtpi566g-8" source="tbFuSqODk6d5mtpi566g-10" style="edgeStyle=orthogonalEdgeStyle;rounded=0;orthogonalLoop=1;jettySize=auto;html=1;" target="tbFuSqODk6d5mtpi566g-12">
          <mxGeometry relative="1" as="geometry" />
        </mxCell>
        <mxCell id="tbFuSqODk6d5mtpi566g-10" parent="tbFuSqODk6d5mtpi566g-8" style="rounded=0;whiteSpace=wrap;html=1;fontFamily=Helvetica;fontSize=12;fontColor=#000000;align=center;" value="&lt;p style=&quot;margin-top: 0pt; margin-bottom: 0pt; margin-left: 0in; text-indent: 0in;&quot;&gt;&lt;font face=&quot;Calibri&quot;&gt;&lt;span style=&quot;font-size: 10px;&quot;&gt;OPR-Penarikan menerima notifikasi adanya permohonan TS melalui email&lt;/span&gt;&lt;/font&gt;&lt;/p&gt;" vertex="1">
          <mxGeometry height="70" width="110" x="30" y="25" as="geometry" />
        </mxCell>
        <mxCell id="tbFuSqODk6d5mtpi566g-11" edge="1" parent="tbFuSqODk6d5mtpi566g-8" source="tbFuSqODk6d5mtpi566g-12" style="edgeStyle=orthogonalEdgeStyle;rounded=0;orthogonalLoop=1;jettySize=auto;html=1;" target="tbFuSqODk6d5mtpi566g-13">
          <mxGeometry relative="1" as="geometry" />
        </mxCell>
        <mxCell id="tbFuSqODk6d5mtpi566g-12" parent="tbFuSqODk6d5mtpi566g-8" style="rounded=0;whiteSpace=wrap;html=1;fontFamily=Helvetica;fontSize=12;fontColor=#000000;align=center;" value="&lt;p style=&quot;margin-top: 0pt; margin-bottom: 0pt; margin-left: 0in; text-indent: 0in;&quot;&gt;&lt;font face=&quot;Calibri&quot;&gt;&lt;span style=&quot;font-size: 10px;&quot;&gt;OPR-Penarikan input laporan penarikan terminal melalui aplikasi Merhot dan input ID Lapor yang didapatkan ke TS&lt;/span&gt;&lt;/font&gt;&lt;/p&gt;" vertex="1">
          <mxGeometry height="70" width="130" x="160" y="25" as="geometry" />
        </mxCell>
        <mxCell id="tbFuSqODk6d5mtpi566g-13" parent="tbFuSqODk6d5mtpi566g-8" style="rounded=0;whiteSpace=wrap;html=1;fontFamily=Helvetica;fontSize=12;align=center;fillColor=#d5e8d4;strokeColor=#82b366;" value="&lt;p style=&quot;margin-top: 0pt; margin-bottom: 0pt; margin-left: 0in; text-indent: 0in;&quot;&gt;&lt;font face=&quot;Calibri&quot;&gt;&lt;span style=&quot;font-size: 10px;&quot;&gt;Approve Permohonan&lt;/span&gt;&lt;/font&gt;&lt;/p&gt;" vertex="1">
          <mxGeometry height="30" width="60" x="310" y="45" as="geometry" />
+         </mxCell>
+         <mxCell id="wG6xaKP4AUjNfOoFrk_B-10" parent="tbFuSqODk6d5mtpi566g-8" style="ellipse;whiteSpace=wrap;html=1;aspect=fixed;fillColor=#e1d5e7;strokeColor=#9673a6;" value="&lt;font style=&quot;font-size: 10px;&quot;&gt;2&lt;/font&gt;" vertex="1">
+           <mxGeometry height="20" width="20" x="280" y="10" as="geometry" />
        </mxCell>
        <mxCell id="tbFuSqODk6d5mtpi566g-14" edge="1" parent="tbFuSqODk6d5mtpi566g-1" source="tbFuSqODk6d5mtpi566g-13" style="edgeStyle=orthogonalEdgeStyle;rounded=0;orthogonalLoop=1;jettySize=auto;html=1;entryX=0.5;entryY=0;entryDx=0;entryDy=0;" target="tbFuSqODk6d5mtpi566g-17">
          <mxGeometry relative="1" as="geometry">
            <Array as="points">
              <mxPoint x="360" y="240" />
              <mxPoint x="105" y="240" />
            </Array>
          </mxGeometry>
        </mxCell>
        <mxCell id="tbFuSqODk6d5mtpi566g-15" parent="tbFuSqODk6d5mtpi566g-1" style="swimlane;html=1;startSize=20;horizontal=0;" value="&lt;font style=&quot;font-size: 10px;&quot;&gt;OPR-Pengembalian&lt;/font&gt;" vertex="1">
          <mxGeometry height="155" width="1000" x="20" y="230" as="geometry" />
        </mxCell>
        <mxCell id="tbFuSqODk6d5mtpi566g-16" edge="1" parent="tbFuSqODk6d5mtpi566g-15" source="tbFuSqODk6d5mtpi566g-17" style="edgeStyle=orthogonalEdgeStyle;rounded=0;orthogonalLoop=1;jettySize=auto;html=1;entryX=0;entryY=0.5;entryDx=0;entryDy=0;" target="tbFuSqODk6d5mtpi566g-19">
          <mxGeometry relative="1" as="geometry" />
        </mxCell>
        <mxCell id="tbFuSqODk6d5mtpi566g-17" parent="tbFuSqODk6d5mtpi566g-15" style="rounded=0;whiteSpace=wrap;html=1;fontFamily=Helvetica;fontSize=12;fontColor=#000000;align=center;" value="&lt;p style=&quot;margin-top: 0pt; margin-bottom: 0pt; margin-left: 0in; text-indent: 0in;&quot;&gt;&lt;font face=&quot;Calibri&quot;&gt;&lt;span style=&quot;font-size: 10px;&quot;&gt;OPR-Pengembalian menerima notifikasi adanya permohonan TS melalui email&lt;/span&gt;&lt;/font&gt;&lt;/p&gt;" vertex="1">
          <mxGeometry height="70" width="110" x="30" y="25" as="geometry" />
        </mxCell>
        <mxCell id="tbFuSqODk6d5mtpi566g-18" edge="1" parent="tbFuSqODk6d5mtpi566g-15" source="tbFuSqODk6d5mtpi566g-19" style="edgeStyle=orthogonalEdgeStyle;rounded=0;orthogonalLoop=1;jettySize=auto;html=1;entryX=0;entryY=0.5;entryDx=0;entryDy=0;" target="tbFuSqODk6d5mtpi566g-24">
          <mxGeometry relative="1" as="geometry" />
        </mxCell>
        <mxCell id="tbFuSqODk6d5mtpi566g-19" parent="tbFuSqODk6d5mtpi566g-15" style="rounded=0;whiteSpace=wrap;html=1;fontFamily=Helvetica;fontSize=12;fontColor=#000000;align=center;" value="&lt;p style=&quot;margin-top: 0pt; margin-bottom: 0pt; margin-left: 0in; text-indent: 0in;&quot;&gt;&lt;font face=&quot;Calibri&quot;&gt;&lt;span style=&quot;font-size: 10px;&quot;&gt;OPR-Pengembalian melakukan verifikasi dana analisa permohonan&lt;/span&gt;&lt;/font&gt;&lt;/p&gt;" vertex="1">
          <mxGeometry height="70" width="110" x="160" y="25" as="geometry" />
        </mxCell>
        <mxCell id="tbFuSqODk6d5mtpi566g-20" edge="1" parent="tbFuSqODk6d5mtpi566g-15" source="tbFuSqODk6d5mtpi566g-24" style="edgeStyle=orthogonalEdgeStyle;rounded=0;orthogonalLoop=1;jettySize=auto;html=1;entryX=0;entryY=0.5;entryDx=0;entryDy=0;" target="tbFuSqODk6d5mtpi566g-30">
          <mxGeometry relative="1" as="geometry" />
        </mxCell>
        <mxCell id="tbFuSqODk6d5mtpi566g-21" connectable="0" parent="tbFuSqODk6d5mtpi566g-20" style="edgeLabel;html=1;align=center;verticalAlign=middle;resizable=0;points=[];" value="&lt;font style=&quot;font-size: 10px;&quot;&gt;Y&lt;/font&gt;" vertex="1">
          <mxGeometry relative="1" x="-0.1633" as="geometry">
            <mxPoint as="offset" />
          </mxGeometry>
        </mxCell>
        <mxCell id="tbFuSqODk6d5mtpi566g-22" edge="1" parent="tbFuSqODk6d5mtpi566g-15" source="tbFuSqODk6d5mtpi566g-24" style="edgeStyle=orthogonalEdgeStyle;rounded=0;orthogonalLoop=1;jettySize=auto;html=1;entryX=0.5;entryY=0;entryDx=0;entryDy=0;" target="tbFuSqODk6d5mtpi566g-25">
          <mxGeometry relative="1" as="geometry" />
        </mxCell>
        <mxCell id="tbFuSqODk6d5mtpi566g-23" connectable="0" parent="tbFuSqODk6d5mtpi566g-22" style="edgeLabel;html=1;align=center;verticalAlign=middle;resizable=0;points=[];" value="&lt;font style=&quot;font-size: 10px;&quot;&gt;T&lt;/font&gt;" vertex="1">
          <mxGeometry relative="1" x="0.2388" y="-1" as="geometry">
            <mxPoint as="offset" />
          </mxGeometry>
        </mxCell>
        <mxCell id="tbFuSqODk6d5mtpi566g-24" parent="tbFuSqODk6d5mtpi566g-15" style="rhombus;whiteSpace=wrap;html=1;fontFamily=Helvetica;fontSize=12;fontColor=#000000;align=center;" value="&lt;font style=&quot;font-size: 10px;&quot;&gt;lolos?&lt;/font&gt;" vertex="1">
          <mxGeometry height="40" width="40" x="310" y="40" as="geometry" />
        </mxCell>
        <mxCell id="tbFuSqODk6d5mtpi566g-25" parent="tbFuSqODk6d5mtpi566g-15" style="rounded=0;whiteSpace=wrap;html=1;fontFamily=Helvetica;fontSize=12;align=center;fillColor=#f8cecc;strokeColor=#b85450;" value="&lt;p style=&quot;margin-top: 0pt; margin-bottom: 0pt; margin-left: 0in; text-indent: 0in;&quot;&gt;&lt;font face=&quot;Calibri&quot;&gt;&lt;span style=&quot;font-size: 10px;&quot;&gt;Tolak Permohonan&lt;/span&gt;&lt;/font&gt;&lt;/p&gt;" vertex="1">
          <mxGeometry height="30" width="60" x="300" y="110" as="geometry" />
        </mxCell>
        <mxCell id="tbFuSqODk6d5mtpi566g-26" edge="1" parent="tbFuSqODk6d5mtpi566g-15" source="tbFuSqODk6d5mtpi566g-30" style="edgeStyle=orthogonalEdgeStyle;rounded=0;orthogonalLoop=1;jettySize=auto;html=1;entryX=0;entryY=0.5;entryDx=0;entryDy=0;exitX=0.5;exitY=0;exitDx=0;exitDy=0;" target="tbFuSqODk6d5mtpi566g-31">
          <mxGeometry relative="1" as="geometry">
            <Array as="points">
              <mxPoint x="415" y="25" />
            </Array>
          </mxGeometry>
        </mxCell>
        <mxCell id="tbFuSqODk6d5mtpi566g-27" connectable="0" parent="tbFuSqODk6d5mtpi566g-26" style="edgeLabel;html=1;align=center;verticalAlign=middle;resizable=0;points=[];" value="&lt;font style=&quot;font-size: 10px;&quot;&gt;Y&lt;/font&gt;" vertex="1">
          <mxGeometry relative="1" x="-0.1288" y="-2" as="geometry">
            <mxPoint y="-2" as="offset" />
          </mxGeometry>
        </mxCell>
        <mxCell id="tbFuSqODk6d5mtpi566g-28" edge="1" parent="tbFuSqODk6d5mtpi566g-15" source="tbFuSqODk6d5mtpi566g-30" style="edgeStyle=orthogonalEdgeStyle;rounded=0;orthogonalLoop=1;jettySize=auto;html=1;entryX=0;entryY=0.5;entryDx=0;entryDy=0;exitX=0.5;exitY=1;exitDx=0;exitDy=0;" target="tbFuSqODk6d5mtpi566g-33">
          <mxGeometry relative="1" as="geometry" />
        </mxCell>
        <mxCell id="tbFuSqODk6d5mtpi566g-29" connectable="0" parent="tbFuSqODk6d5mtpi566g-28" style="edgeLabel;html=1;align=center;verticalAlign=middle;resizable=0;points=[];" value="&lt;font style=&quot;font-size: 10px;&quot;&gt;T&lt;/font&gt;" vertex="1">
          <mxGeometry relative="1" x="-0.7527" y="-2" as="geometry">
            <mxPoint x="17" y="16" as="offset" />
          </mxGeometry>
        </mxCell>
        <mxCell id="tbFuSqODk6d5mtpi566g-30" parent="tbFuSqODk6d5mtpi566g-15" style="rhombus;whiteSpace=wrap;html=1;fontFamily=Helvetica;fontSize=12;fontColor=#000000;align=center;" value="&lt;font style=&quot;font-size: 10px;&quot;&gt;koreksi?&lt;/font&gt;" vertex="1">
          <mxGeometry height="40" width="50" x="390" y="40" as="geometry" />
        </mxCell>
        <mxCell id="tbFuSqODk6d5mtpi566g-31" parent="tbFuSqODk6d5mtpi566g-15" style="rounded=0;whiteSpace=wrap;html=1;fontFamily=Helvetica;fontSize=12;align=center;fillColor=#fff2cc;strokeColor=#d6b656;" value="&lt;p style=&quot;margin-top: 0pt; margin-bottom: 0pt; margin-left: 0in; text-indent: 0in;&quot;&gt;&lt;font face=&quot;Calibri&quot;&gt;&lt;span style=&quot;font-size: 10px;&quot;&gt;Koreksi Permohonan&lt;/span&gt;&lt;/font&gt;&lt;/p&gt;" vertex="1">
          <mxGeometry height="30" width="60" x="460" y="10" as="geometry" />
        </mxCell>
        <mxCell id="tbFuSqODk6d5mtpi566g-32" edge="1" parent="tbFuSqODk6d5mtpi566g-15" source="tbFuSqODk6d5mtpi566g-33" style="edgeStyle=orthogonalEdgeStyle;rounded=0;orthogonalLoop=1;jettySize=auto;html=1;entryX=0;entryY=0.5;entryDx=0;entryDy=0;" target="tbFuSqODk6d5mtpi566g-34">
          <mxGeometry relative="1" as="geometry" />
        </mxCell>
        <mxCell id="tbFuSqODk6d5mtpi566g-33" parent="tbFuSqODk6d5mtpi566g-15" style="rounded=0;whiteSpace=wrap;html=1;fontFamily=Helvetica;fontSize=12;fontColor=#000000;align=center;" value="&lt;p style=&quot;margin-top: 0pt; margin-bottom: 0pt; margin-left: 0in; text-indent: 0in;&quot;&gt;&lt;font face=&quot;Calibri&quot;&gt;&lt;span style=&quot;font-size: 10px;&quot;&gt;OPR-Pengembalian upload dokumen hasil verifikasi/tambahan di lampiran&lt;/span&gt;&lt;/font&gt;&lt;/p&gt;" vertex="1">
          <mxGeometry height="70" width="110" x="460" y="70" as="geometry" />
        </mxCell>
        <mxCell id="tbFuSqODk6d5mtpi566g-34" parent="tbFuSqODk6d5mtpi566g-15" style="rounded=0;whiteSpace=wrap;html=1;fontFamily=Helvetica;fontSize=12;align=center;fillColor=#d5e8d4;strokeColor=#82b366;" value="&lt;p style=&quot;margin-top: 0pt; margin-bottom: 0pt; margin-left: 0in; text-indent: 0in;&quot;&gt;&lt;font face=&quot;Calibri&quot;&gt;&lt;span style=&quot;font-size: 10px;&quot;&gt;Approve Permohonan&lt;/span&gt;&lt;/font&gt;&lt;/p&gt;" vertex="1">
          <mxGeometry height="30" width="60" x="590" y="90" as="geometry" />
        </mxCell>
        <mxCell id="tbFuSqODk6d5mtpi566g-61" edge="1" parent="tbFuSqODk6d5mtpi566g-15" source="tbFuSqODk6d5mtpi566g-52" style="edgeStyle=orthogonalEdgeStyle;rounded=0;orthogonalLoop=1;jettySize=auto;html=1;entryX=0;entryY=0.5;entryDx=0;entryDy=0;" target="tbFuSqODk6d5mtpi566g-54">
          <mxGeometry relative="1" as="geometry" />
        </mxCell>
        <mxCell id="tbFuSqODk6d5mtpi566g-52" parent="tbFuSqODk6d5mtpi566g-15" style="rounded=0;whiteSpace=wrap;html=1;fontFamily=Helvetica;fontSize=12;fontColor=#000000;align=center;" value="&lt;p style=&quot;margin-top: 0pt; margin-bottom: 0pt; margin-left: 0in; text-indent: 0in;&quot;&gt;&lt;font face=&quot;Calibri&quot;&gt;&lt;span style=&quot;font-size: 10px;&quot;&gt;OPR-Pengembalian menerima notifikasi adanya permohonan TS melalui email&lt;/span&gt;&lt;/font&gt;&lt;/p&gt;" vertex="1">
          <mxGeometry height="70" width="110" x="670" y="40" as="geometry" />
        </mxCell>
        <mxCell id="tbFuSqODk6d5mtpi566g-62" edge="1" parent="tbFuSqODk6d5mtpi566g-15" source="tbFuSqODk6d5mtpi566g-54" style="edgeStyle=orthogonalEdgeStyle;rounded=0;orthogonalLoop=1;jettySize=auto;html=1;entryX=0;entryY=0.5;entryDx=0;entryDy=0;" target="tbFuSqODk6d5mtpi566g-55">
          <mxGeometry relative="1" as="geometry" />
        </mxCell>
        <mxCell id="tbFuSqODk6d5mtpi566g-54" parent="tbFuSqODk6d5mtpi566g-15" style="rounded=0;whiteSpace=wrap;html=1;fontFamily=Helvetica;fontSize=12;fontColor=#000000;align=center;" value="&lt;p style=&quot;margin-top: 0pt; margin-bottom: 0pt; margin-left: 0in; text-indent: 0in;&quot;&gt;&lt;font face=&quot;Calibri&quot;&gt;&lt;span style=&quot;font-size: 10px;&quot;&gt;OPR-Pengembalian input hasil pengembalian dana&lt;/span&gt;&lt;/font&gt;&lt;/p&gt;" vertex="1">
          <mxGeometry height="70" width="110" x="800" y="40" as="geometry" />
        </mxCell>
        <mxCell id="tbFuSqODk6d5mtpi566g-55" parent="tbFuSqODk6d5mtpi566g-15" style="rounded=0;whiteSpace=wrap;html=1;fontFamily=Helvetica;fontSize=12;align=center;fillColor=#d5e8d4;strokeColor=#82b366;" value="&lt;p style=&quot;margin-top: 0pt; margin-bottom: 0pt; margin-left: 0in; text-indent: 0in;&quot;&gt;&lt;font face=&quot;Calibri&quot;&gt;&lt;span style=&quot;font-size: 10px;&quot;&gt;Approve Permohonan&lt;/span&gt;&lt;/font&gt;&lt;/p&gt;" vertex="1">
          <mxGeometry height="30" width="60" x="930" y="60" as="geometry" />
        </mxCell>
+         <mxCell id="wG6xaKP4AUjNfOoFrk_B-18" parent="tbFuSqODk6d5mtpi566g-15" style="ellipse;whiteSpace=wrap;html=1;aspect=fixed;fillColor=#e1d5e7;strokeColor=#9673a6;" value="&lt;font style=&quot;font-size: 10px;&quot;&gt;3&lt;/font&gt;" vertex="1">
+           <mxGeometry height="20" width="20" x="560" y="65" as="geometry" />
+         </mxCell>
+         <mxCell id="wG6xaKP4AUjNfOoFrk_B-143" parent="tbFuSqODk6d5mtpi566g-15" style="ellipse;whiteSpace=wrap;html=1;aspect=fixed;fillColor=#e1d5e7;strokeColor=#9673a6;" value="&lt;font style=&quot;font-size: 10px;&quot;&gt;5&lt;/font&gt;" vertex="1">
+           <mxGeometry height="20" width="20" x="900" y="30" as="geometry" />
+         </mxCell>
        <mxCell id="tbFuSqODk6d5mtpi566g-35" edge="1" parent="tbFuSqODk6d5mtpi566g-1" source="tbFuSqODk6d5mtpi566g-31" style="edgeStyle=orthogonalEdgeStyle;rounded=0;orthogonalLoop=1;jettySize=auto;html=1;entryX=1;entryY=0.5;entryDx=0;entryDy=0;exitX=0.5;exitY=0;exitDx=0;exitDy=0;" target="tbFuSqODk6d5mtpi566g-5">
          <mxGeometry relative="1" as="geometry">
            <Array as="points">
              <mxPoint x="510" y="60" />
            </Array>
          </mxGeometry>
        </mxCell>
        <mxCell id="tbFuSqODk6d5mtpi566g-36" edge="1" parent="tbFuSqODk6d5mtpi566g-1" source="tbFuSqODk6d5mtpi566g-34" style="edgeStyle=orthogonalEdgeStyle;rounded=0;orthogonalLoop=1;jettySize=auto;html=1;exitX=0.5;exitY=1;exitDx=0;exitDy=0;" target="tbFuSqODk6d5mtpi566g-40">
          <mxGeometry relative="1" as="geometry">
            <Array as="points">
              <mxPoint x="640" y="390" />
              <mxPoint x="105" y="390" />
            </Array>
          </mxGeometry>
        </mxCell>
        <mxCell id="tbFuSqODk6d5mtpi566g-37" edge="1" parent="tbFuSqODk6d5mtpi566g-1" source="tbFuSqODk6d5mtpi566g-25" style="edgeStyle=orthogonalEdgeStyle;rounded=0;orthogonalLoop=1;jettySize=auto;html=1;" target="tbFuSqODk6d5mtpi566g-49">
          <mxGeometry relative="1" as="geometry">
            <mxPoint x="350" y="390" as="targetPoint" />
          </mxGeometry>
        </mxCell>
        <mxCell id="tbFuSqODk6d5mtpi566g-38" parent="tbFuSqODk6d5mtpi566g-1" style="swimlane;html=1;startSize=20;horizontal=0;" value="&lt;font style=&quot;font-size: 10px;&quot;&gt;SPV-Pengembalian&lt;/font&gt;" vertex="1">
          <mxGeometry height="135" width="1000" x="20" y="385" as="geometry" />
        </mxCell>
        <mxCell id="tbFuSqODk6d5mtpi566g-39" edge="1" parent="tbFuSqODk6d5mtpi566g-38" source="tbFuSqODk6d5mtpi566g-40" style="edgeStyle=orthogonalEdgeStyle;rounded=0;orthogonalLoop=1;jettySize=auto;html=1;entryX=0;entryY=0.5;entryDx=0;entryDy=0;" target="tbFuSqODk6d5mtpi566g-45">
          <mxGeometry relative="1" as="geometry" />
        </mxCell>
        <mxCell id="tbFuSqODk6d5mtpi566g-40" parent="tbFuSqODk6d5mtpi566g-38" style="rounded=0;whiteSpace=wrap;html=1;fontFamily=Helvetica;fontSize=12;fontColor=#000000;align=center;" value="&lt;p style=&quot;margin-top: 0pt; margin-bottom: 0pt; margin-left: 0in; text-indent: 0in;&quot;&gt;&lt;font face=&quot;Calibri&quot;&gt;&lt;span style=&quot;font-size: 10px;&quot;&gt;SPV-Pengembalian menerima notifikasi adanya permohonan TS melalui email&lt;/span&gt;&lt;/font&gt;&lt;/p&gt;" vertex="1">
          <mxGeometry height="70" width="110" x="30" y="40" as="geometry" />
        </mxCell>
        <mxCell id="tbFuSqODk6d5mtpi566g-41" edge="1" parent="tbFuSqODk6d5mtpi566g-38" source="tbFuSqODk6d5mtpi566g-45" style="edgeStyle=orthogonalEdgeStyle;rounded=0;orthogonalLoop=1;jettySize=auto;html=1;entryX=0;entryY=0.5;entryDx=0;entryDy=0;exitX=0.5;exitY=0;exitDx=0;exitDy=0;" target="tbFuSqODk6d5mtpi566g-47">
          <mxGeometry relative="1" as="geometry">
            <Array as="points">
              <mxPoint x="185" y="40" />
            </Array>
          </mxGeometry>
        </mxCell>
        <mxCell id="tbFuSqODk6d5mtpi566g-42" connectable="0" parent="tbFuSqODk6d5mtpi566g-41" style="edgeLabel;html=1;align=center;verticalAlign=middle;resizable=0;points=[];" value="&lt;span style=&quot;font-size: 10px;&quot;&gt;T&lt;/span&gt;" vertex="1">
          <mxGeometry relative="1" x="-0.0868" as="geometry">
            <mxPoint as="offset" />
          </mxGeometry>
        </mxCell>
        <mxCell id="tbFuSqODk6d5mtpi566g-43" edge="1" parent="tbFuSqODk6d5mtpi566g-38" source="tbFuSqODk6d5mtpi566g-45" style="edgeStyle=orthogonalEdgeStyle;rounded=0;orthogonalLoop=1;jettySize=auto;html=1;entryX=0;entryY=0.5;entryDx=0;entryDy=0;" target="tbFuSqODk6d5mtpi566g-48">
          <mxGeometry relative="1" as="geometry">
            <Array as="points">
              <mxPoint x="185" y="95" />
            </Array>
          </mxGeometry>
        </mxCell>
        <mxCell id="tbFuSqODk6d5mtpi566g-44" connectable="0" parent="tbFuSqODk6d5mtpi566g-43" style="edgeLabel;html=1;align=center;verticalAlign=middle;resizable=0;points=[];" value="&lt;font style=&quot;font-size: 10px;&quot;&gt;Y&lt;/font&gt;" vertex="1">
          <mxGeometry relative="1" x="-0.0123" y="2" as="geometry">
            <mxPoint as="offset" />
          </mxGeometry>
        </mxCell>
        <mxCell id="tbFuSqODk6d5mtpi566g-45" parent="tbFuSqODk6d5mtpi566g-38" style="rhombus;whiteSpace=wrap;html=1;fontFamily=Helvetica;fontSize=12;fontColor=#000000;align=center;" value="&lt;font style=&quot;font-size: 10px;&quot;&gt;setuju?&lt;/font&gt;" vertex="1">
          <mxGeometry height="40" width="50" x="160" y="55" as="geometry" />
        </mxCell>
        <mxCell id="tbFuSqODk6d5mtpi566g-46" edge="1" parent="tbFuSqODk6d5mtpi566g-38" source="tbFuSqODk6d5mtpi566g-47" style="edgeStyle=orthogonalEdgeStyle;rounded=0;orthogonalLoop=1;jettySize=auto;html=1;entryX=0;entryY=0.5;entryDx=0;entryDy=0;" target="tbFuSqODk6d5mtpi566g-49">
          <mxGeometry relative="1" as="geometry" />
        </mxCell>
        <mxCell id="tbFuSqODk6d5mtpi566g-47" parent="tbFuSqODk6d5mtpi566g-38" style="rounded=0;whiteSpace=wrap;html=1;fontFamily=Helvetica;fontSize=12;align=center;fillColor=#f8cecc;strokeColor=#b85450;" value="&lt;p style=&quot;margin-top: 0pt; margin-bottom: 0pt; margin-left: 0in; text-indent: 0in;&quot;&gt;&lt;font face=&quot;Calibri&quot;&gt;&lt;span style=&quot;font-size: 10px;&quot;&gt;Tolak Permohonan&lt;/span&gt;&lt;/font&gt;&lt;/p&gt;" vertex="1">
          <mxGeometry height="30" width="60" x="230" y="25" as="geometry" />
        </mxCell>
        <mxCell id="tbFuSqODk6d5mtpi566g-48" parent="tbFuSqODk6d5mtpi566g-38" style="rounded=0;whiteSpace=wrap;html=1;fontFamily=Helvetica;fontSize=12;align=center;fillColor=#d5e8d4;strokeColor=#82b366;" value="&lt;p style=&quot;margin-top: 0pt; margin-bottom: 0pt; margin-left: 0in; text-indent: 0in;&quot;&gt;&lt;font face=&quot;Calibri&quot;&gt;&lt;span style=&quot;font-size: 10px;&quot;&gt;Approve Permohonan&lt;/span&gt;&lt;/font&gt;&lt;/p&gt;" vertex="1">
          <mxGeometry height="30" width="60" x="230" y="95" as="geometry" />
        </mxCell>
        <mxCell id="tbFuSqODk6d5mtpi566g-49" parent="tbFuSqODk6d5mtpi566g-38" style="ellipse;whiteSpace=wrap;html=1;" value="&lt;font style=&quot;font-size: 10px;&quot;&gt;end&lt;/font&gt;" vertex="1">
          <mxGeometry height="40" width="40" x="310" y="20" as="geometry" />
+         </mxCell>
+         <mxCell id="wG6xaKP4AUjNfOoFrk_B-80" parent="tbFuSqODk6d5mtpi566g-38" style="ellipse;whiteSpace=wrap;html=1;aspect=fixed;fillColor=#e1d5e7;strokeColor=#9673a6;" value="&lt;font style=&quot;font-size: 10px;&quot;&gt;4&lt;/font&gt;" vertex="1">
+           <mxGeometry height="20" width="20" x="131" y="35" as="geometry" />
        </mxCell>
        <mxCell id="tbFuSqODk6d5mtpi566g-60" edge="1" parent="tbFuSqODk6d5mtpi566g-1" source="tbFuSqODk6d5mtpi566g-48" style="edgeStyle=orthogonalEdgeStyle;rounded=0;orthogonalLoop=1;jettySize=auto;html=1;entryX=0.5;entryY=1;entryDx=0;entryDy=0;" target="tbFuSqODk6d5mtpi566g-52">
          <mxGeometry relative="1" as="geometry" />
        </mxCell>
        <mxCell id="tbFuSqODk6d5mtpi566g-63" edge="1" parent="tbFuSqODk6d5mtpi566g-1" source="tbFuSqODk6d5mtpi566g-55" style="edgeStyle=orthogonalEdgeStyle;rounded=0;orthogonalLoop=1;jettySize=auto;html=1;entryX=0.5;entryY=1;entryDx=0;entryDy=0;" target="tbFuSqODk6d5mtpi566g-6">
          <mxGeometry relative="1" as="geometry">
            <Array as="points">
              <mxPoint x="980" y="180" />
              <mxPoint x="865" y="180" />
            </Array>
          </mxGeometry>
        </mxCell>
      </root>
    </mxGraphModel>
  </diagram>
</mxfile>
